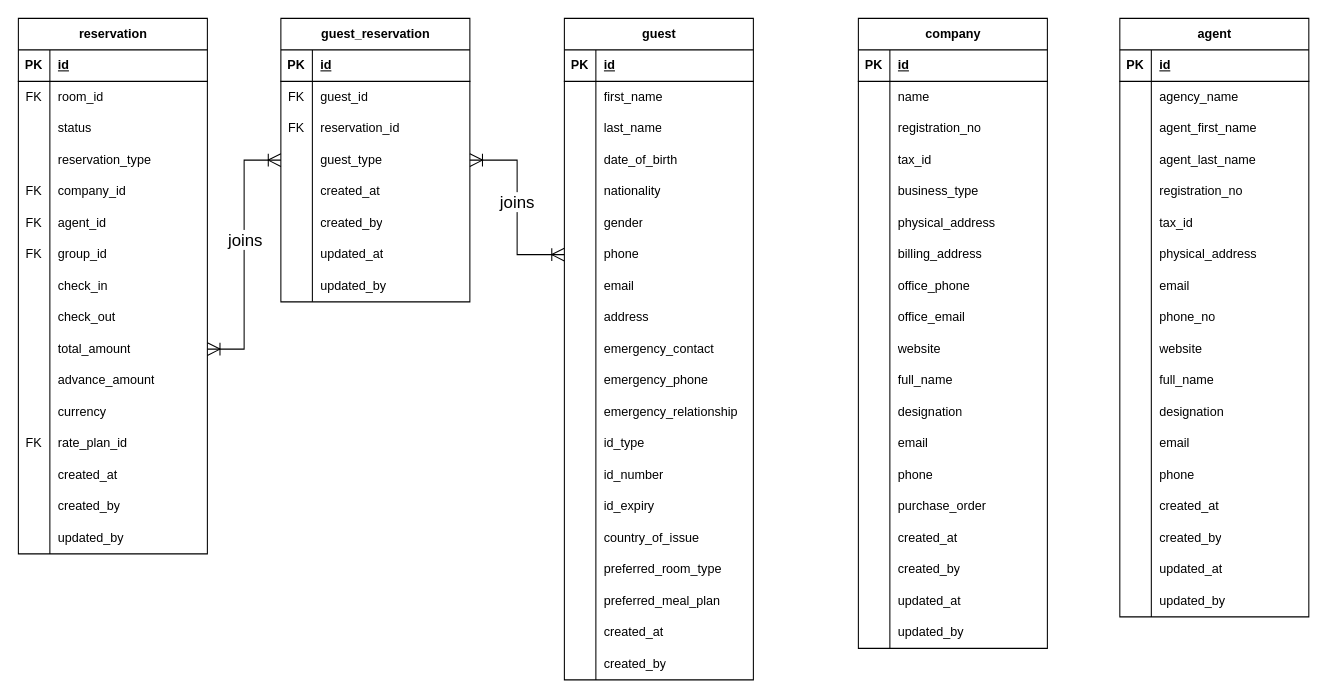
Earlier version of the draw.io diagram page "reservation-module" (3 of 3) of docs/hotel-pms-ERD.drawio (RajaShahzaibNaseer/hotel-PMS-version-1). Source tidied: cells renumbered, new cells numbered last; positions are measured from the earlier drawing's top-left corner, leaving out a move shared by most shapes. Both pictures are drawn from the tidied source at 105%, with x=0, y=0 at pixel (18, 18).
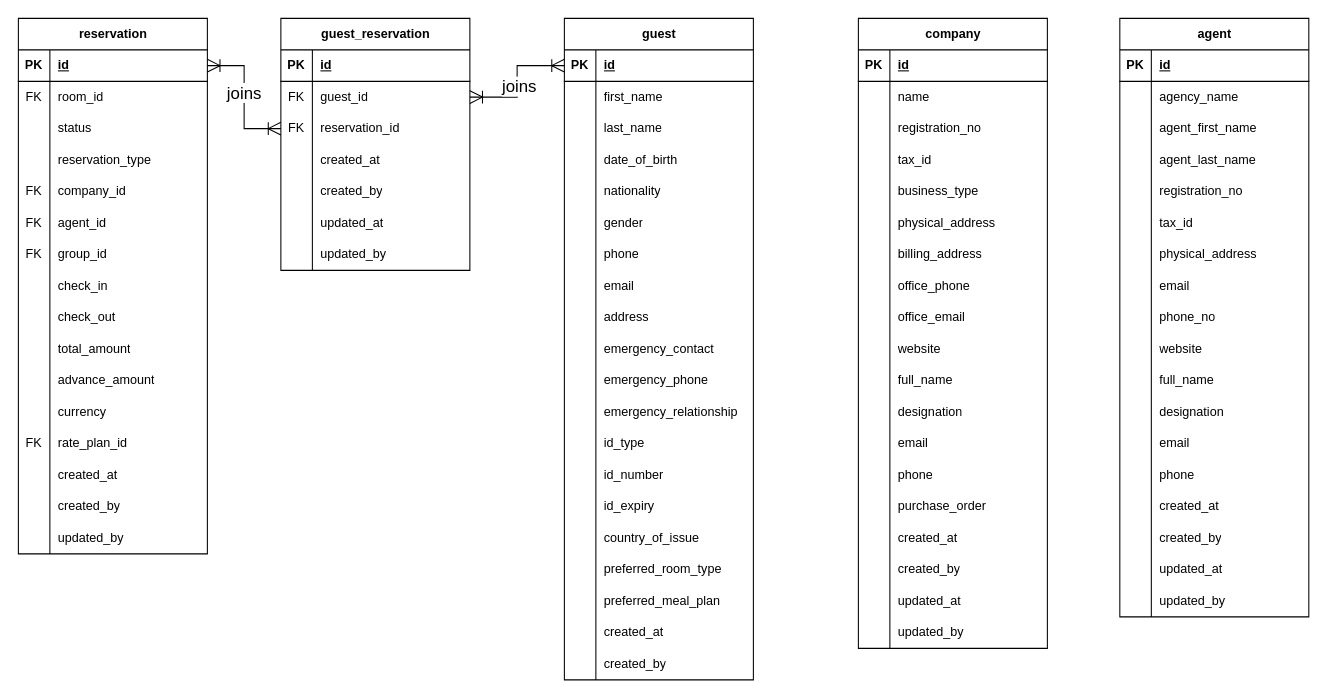
The same page after the edit.

The change refers to these unchanged cells:
```xml
<mxCell id="3" style="shape=tableRow;horizontal=0;startSize=0;swimlaneHead=0;swimlaneBody=0;fillColor=none;points=[[0,0.5],[1,0.5]];portConstraint=eastwest;top=0;left=0;right=0;bottom=1;" parent="2" vertex="1">
  <mxGeometry y="30" width="180" height="30" as="geometry" />
</mxCell>
<mxCell id="30" style="shape=tableRow;horizontal=0;startSize=0;swimlaneHead=0;swimlaneBody=0;fillColor=none;points=[[0,0.5],[1,0.5]];portConstraint=eastwest;top=0;left=0;right=0;bottom=0;" parent="2" vertex="1">
  <mxGeometry y="300" width="180" height="30" as="geometry" />
</mxCell>
<mxCell id="52" style="shape=tableRow;horizontal=0;startSize=0;swimlaneHead=0;swimlaneBody=0;fillColor=none;points=[[0,0.5],[1,0.5]];portConstraint=eastwest;top=0;left=0;right=0;bottom=1;" parent="51" vertex="1">
  <mxGeometry y="30" width="180" height="30" as="geometry" />
</mxCell>
<mxCell id="70" style="shape=tableRow;horizontal=0;startSize=0;swimlaneHead=0;swimlaneBody=0;fillColor=none;points=[[0,0.5],[1,0.5]];portConstraint=eastwest;top=0;left=0;right=0;bottom=0;" parent="51" vertex="1">
  <mxGeometry y="210" width="180" height="30" as="geometry" />
</mxCell>
<mxCell id="116" style="shape=tableRow;horizontal=0;startSize=0;swimlaneHead=0;swimlaneBody=0;fillColor=none;points=[[0,0.5],[1,0.5]];portConstraint=eastwest;top=0;left=0;right=0;bottom=0;" parent="112" vertex="1">
  <mxGeometry y="60" width="180" height="30" as="geometry" />
</mxCell>
<mxCell id="119" style="shape=tableRow;horizontal=0;startSize=0;swimlaneHead=0;swimlaneBody=0;fillColor=none;points=[[0,0.5],[1,0.5]];portConstraint=eastwest;top=0;left=0;right=0;bottom=0;" parent="112" vertex="1">
  <mxGeometry y="90" width="180" height="30" as="geometry" />
</mxCell>
```

Change to the diagram source:
```diff
@@
     <mxCell id="112" value="guest_reservation" style="shape=table;startSize=30;childLayout=tableLayout;rowLines=0;fontStyle=1;align=center;html=1;" parent="1" vertex="1">
-      <mxGeometry x="250" width="180" height="270" as="geometry" />
+      <mxGeometry x="250" width="180" height="240" as="geometry" />
     </mxCell>
@@
-    <mxCell id="122" style="shape=tableRow;horizontal=0;startSize=0;swimlaneHead=0;swimlaneBody=0;fillColor=none;points=[[0,0.5],[1,0.5]];portConstraint=eastwest;top=0;left=0;right=0;bottom=0;" parent="112" vertex="1">
-      <mxGeometry y="120" width="180" height="30" as="geometry" />
-    </mxCell>
-    <mxCell id="123" style="shape=partialRectangle;fillColor=none;top=0;left=0;bottom=0;right=0;overflow=hidden;whiteSpace=wrap;html=1;" parent="122" vertex="1">
-      <mxGeometry width="30" height="30" as="geometry" />
-    </mxCell>
-    <mxCell id="124" value="&lt;div&gt;guest_type&lt;/div&gt;" style="shape=partialRectangle;fillColor=none;top=0;left=0;bottom=0;right=0;align=left;spacingLeft=6;overflow=hidden;whiteSpace=wrap;html=1;" parent="122" vertex="1">
-      <mxGeometry x="30" width="150" height="30" as="geometry" />
-    </mxCell>
     <mxCell id="125" style="shape=tableRow;horizontal=0;startSize=0;swimlaneHead=0;swimlaneBody=0;fillColor=none;top=0;left=0;right=0;bottom=0;" parent="112" vertex="1">
-      <mxGeometry y="150" width="180" height="30" as="geometry" />
+      <mxGeometry y="120" width="180" height="30" as="geometry" />
     </mxCell>
@@
     <mxCell id="128" style="shape=tableRow;horizontal=0;startSize=0;swimlaneHead=0;swimlaneBody=0;fillColor=none;top=0;left=0;right=0;bottom=0;" parent="112" vertex="1">
-      <mxGeometry y="180" width="180" height="30" as="geometry" />
+      <mxGeometry y="150" width="180" height="30" as="geometry" />
     </mxCell>
@@
     <mxCell id="131" style="shape=tableRow;horizontal=0;startSize=0;swimlaneHead=0;swimlaneBody=0;fillColor=none;top=0;left=0;right=0;bottom=0;" parent="112" vertex="1">
-      <mxGeometry y="210" width="180" height="30" as="geometry" />
+      <mxGeometry y="180" width="180" height="30" as="geometry" />
     </mxCell>
@@
     <mxCell id="134" style="shape=tableRow;horizontal=0;startSize=0;swimlaneHead=0;swimlaneBody=0;fillColor=none;top=0;left=0;right=0;bottom=0;" parent="112" vertex="1">
-      <mxGeometry y="240" width="180" height="30" as="geometry" />
+      <mxGeometry y="210" width="180" height="30" as="geometry" />
     </mxCell>
@@
-    <mxCell id="137" style="edgeStyle=orthogonalEdgeStyle;rounded=0;jettySize=auto;html=1;exitX=1;exitY=0.5;exitDx=0;exitDy=0;entryX=0;entryY=0.5;entryDx=0;entryDy=0;startArrow=ERoneToMany;startFill=0;endArrow=ERoneToMany;endFill=0;startSize=10;endSize=10;" parent="1" edge="1" source="122" target="70">
+    <mxCell id="137" style="edgeStyle=orthogonalEdgeStyle;rounded=0;jettySize=auto;html=1;exitX=1;exitY=0.5;exitDx=0;exitDy=0;entryX=0;entryY=0.5;entryDx=0;entryDy=0;startArrow=ERoneToMany;startFill=0;endArrow=ERoneToMany;endFill=0;startSize=10;endSize=10;" parent="1" edge="1" target="70">
       <mxGeometry relative="1" as="geometry" />
     </mxCell>
@@
-    <mxCell id="139" style="edgeStyle=orthogonalEdgeStyle;rounded=0;jettySize=auto;html=1;exitX=0;exitY=0.5;exitDx=0;exitDy=0;entryX=1;entryY=0.5;entryDx=0;entryDy=0;startArrow=ERoneToMany;startFill=0;endArrow=ERoneToMany;endFill=0;startSize=10;endSize=10;" parent="1" edge="1" source="122" target="30">
+    <mxCell id="139" style="edgeStyle=orthogonalEdgeStyle;rounded=0;jettySize=auto;html=1;exitX=0;exitY=0.5;exitDx=0;exitDy=0;entryX=1;entryY=0.5;entryDx=0;entryDy=0;startArrow=ERoneToMany;startFill=0;endArrow=ERoneToMany;endFill=0;startSize=10;endSize=10;" parent="1" edge="1" target="30">
       <mxGeometry relative="1" as="geometry" />
     </mxCell>
@@
+    <mxCell id="254" style="edgeStyle=orthogonalEdgeStyle;rounded=0;jettySize=auto;html=1;exitX=1;exitY=0.5;exitDx=0;exitDy=0;entryX=0;entryY=0.5;entryDx=0;entryDy=0;startArrow=ERoneToMany;startFill=0;endArrow=ERoneToMany;endFill=0;startSize=10;endSize=10;" parent="1" edge="1" source="116" target="52">
+      <mxGeometry relative="1" as="geometry" />
+    </mxCell>
+    <mxCell id="255" value="&lt;div&gt;joins&lt;/div&gt;" style="edgeLabel;html=1;align=center;verticalAlign=middle;fontSize=16;" parent="254" vertex="1">
+      <mxGeometry x="-0.07" y="-1" relative="1" as="geometry" />
+    </mxCell>
+    <mxCell id="256" style="edgeStyle=orthogonalEdgeStyle;rounded=0;jettySize=auto;html=1;exitX=1;exitY=0.5;exitDx=0;exitDy=0;entryX=0;entryY=0.5;entryDx=0;entryDy=0;startArrow=ERoneToMany;startFill=0;endArrow=ERoneToMany;endFill=0;startSize=10;endSize=10;" parent="1" edge="1" source="3" target="119">
+      <mxGeometry relative="1" as="geometry" />
+    </mxCell>
+    <mxCell id="257" value="&lt;div&gt;joins&lt;/div&gt;" style="edgeLabel;html=1;align=center;verticalAlign=middle;fontSize=16;" parent="256" vertex="1">
+      <mxGeometry x="-0.07" y="-1" relative="1" as="geometry" />
+    </mxCell>
```
